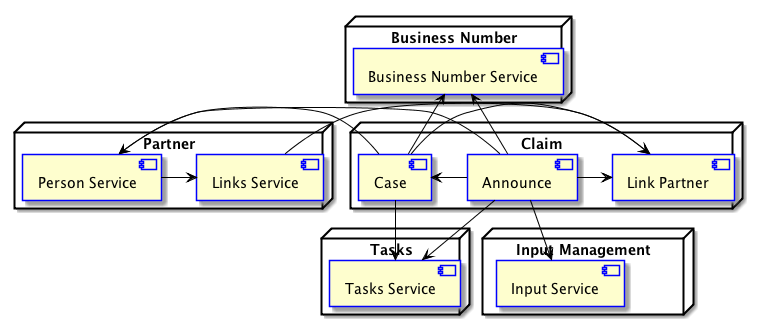
Earlier version of the PlantUML export doc/images/components.png (fxleloup/microservice-sandbox).
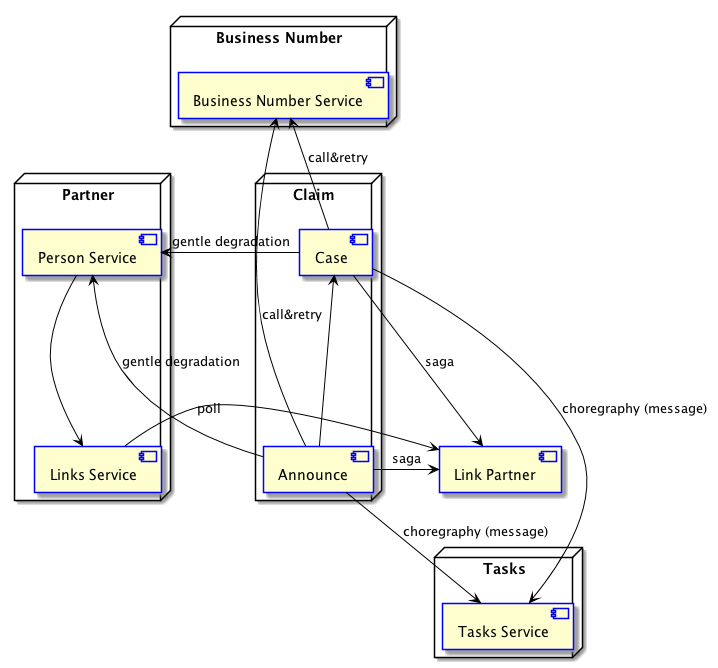
After the commit.

Change to the diagram source:
```diff
@@ -11,29 +11,27 @@
     [Person Service] as ps
     [Links Service] as ls
 
-    ps -> ls
+    ps --> ls
 }
 node "Tasks" as tasks {
     [Tasks Service] as ts
 }
-node "Input Management" as im {
-    [Input Service] as is
-}
+
 node "Claim" as main {
     [Announce] as a
     [Case] as c
+}
     [Link Partner] as lp
 
-    a -> c
-    a -up-> bns
-    a -left-> ps
-    a -down-> ts
-    c -> lp
-    a -> lp
-    lp <- ls
-    a -down-> is
-    c -> ts
-    c -> bns
-    c -> ps
-}
+    a -u-> c
+    a -u-> bns : call&retry
+    a -left-> ps : gentle degradation
+    a --> ts : choregraphy (message)
+    c -right-> lp : saga
+    a -> lp : saga
+    lp <- ls : poll
+    c -> ts : choregraphy (message)
+    c -u-> bns : call&retry
+    c -> ps : gentle degradation
+
 @enduml
```
